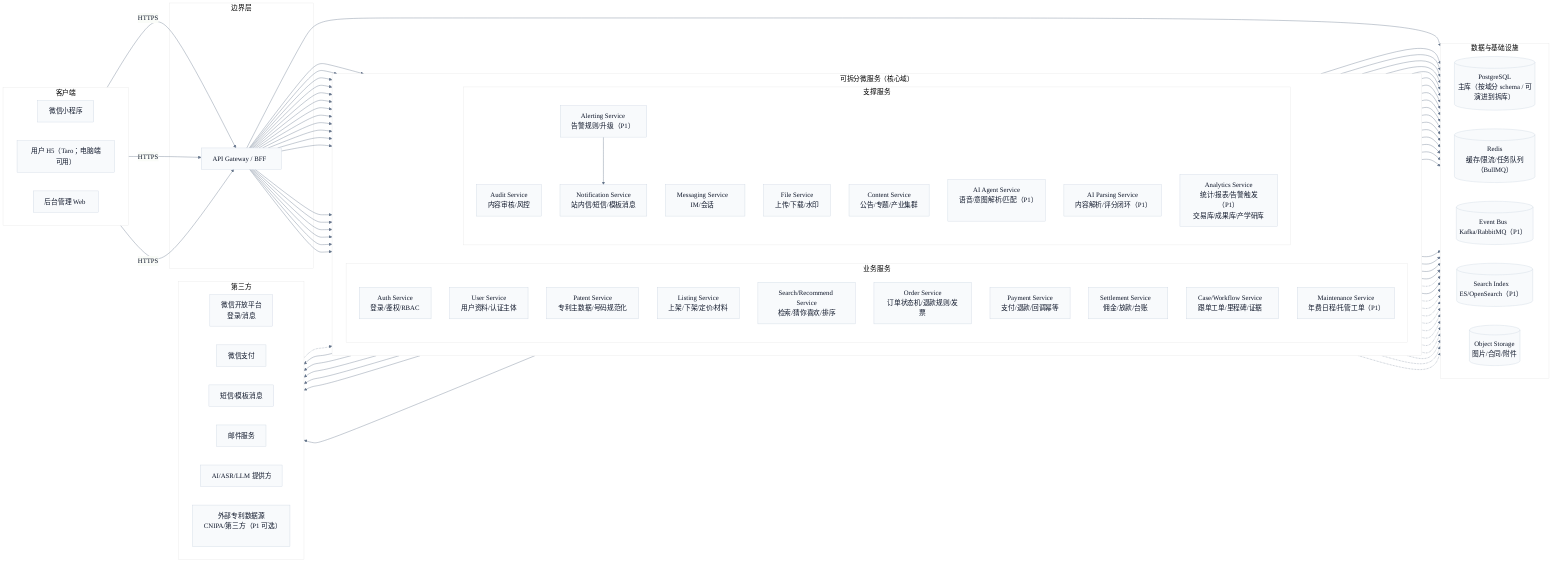
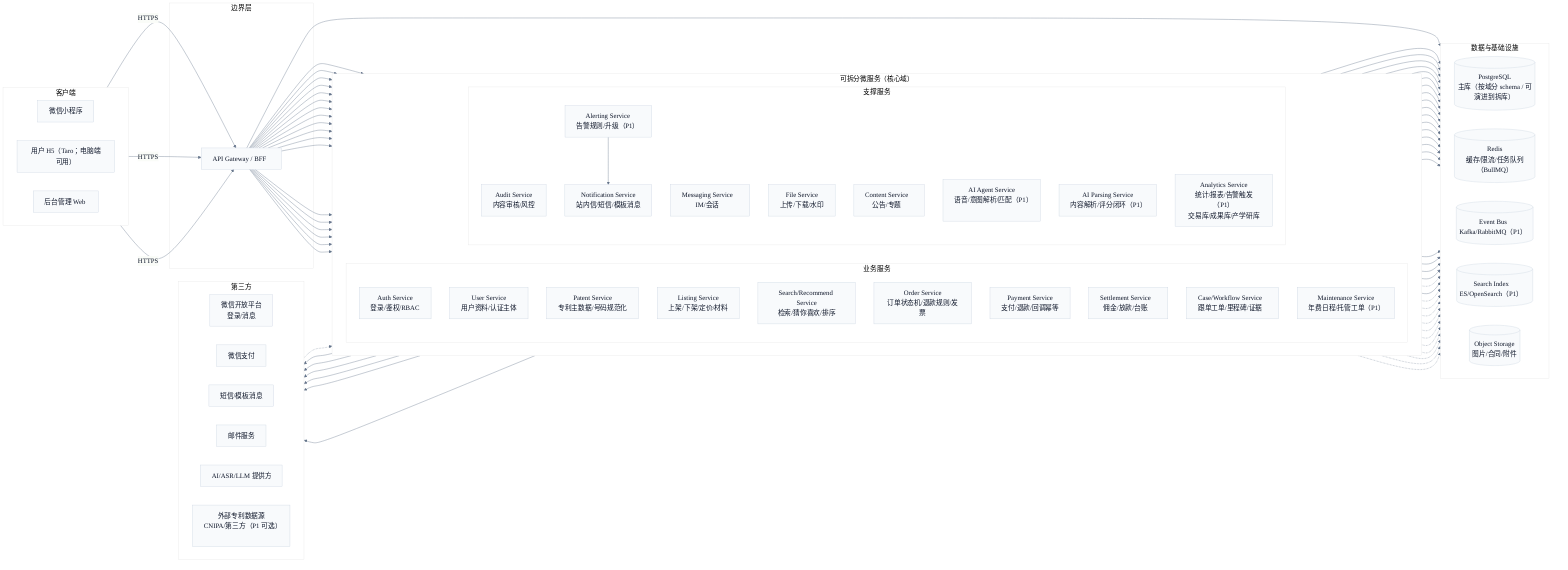
﻿%%{init: {'theme':'base','flowchart': {'htmlLabels': true},'themeVariables': {'fontFamily': 'Inter, Microsoft YaHei, sans-serif','fontSize': '18px','lineColor':'#64748B','primaryTextColor':'#0F172A','primaryBorderColor':'#CBD5E1','primaryColor':'#F8FAFC'}}}%%
flowchart LR
  subgraph Clients[客户端]
    direction LR
    MP[微信小程序]
    UserH5[用户 H5（Taro；电脑端可用）]
    AdminWeb[后台管理 Web]
  end

  subgraph Edge[边界层]
    Gateway[API Gateway / BFF]
  end

  subgraph Services[可拆分微服务（核心域）]
    direction LR

    subgraph Core[业务服务]
      direction TB
      Auth["Auth Service<br/>登录/鉴权/RBAC"]
      User["User Service<br/>用户资料/认证主体"]
      Patent["Patent Service<br/>专利主数据/号码规范化"]
      Listing["Listing Service<br/>上架/下架/定价/材料"]
      Search["Search/Recommend Service<br/>检索/猜你喜欢/排序"]
      Order["Order Service<br/>订单状态机/退款规则/发票"]
      Payment["Payment Service<br/>支付/退款/回调幂等"]
      Settlement["Settlement Service<br/>佣金/放款/台账"]
      Case["Case/Workflow Service<br/>跟单工单/里程碑/证据"]
      Maintenance["Maintenance Service<br/>年费日程/托管工单（P1）"]
    end

    subgraph Support[支撑服务]
      direction TB
      Audit["Audit Service<br/>内容审核/风控"]
      Msg["Messaging Service<br/>IM/会话"]
      File["File Service<br/>上传/下载/水印"]
-       Content["Content Service<br/>公告/专题/产业集群"]
+       Content["Content Service<br/>公告/专题"]
      Notif["Notification Service<br/>站内信/短信/模板消息"]
      AiAgent["AI Agent Service<br/>语音/意图解析/匹配（P1）"]
      AiParse["AI Parsing Service<br/>内容解析/评分闭环（P1）"]
      Alert["Alerting Service<br/>告警规则/升级（P1）"]
      Analytics["Analytics Service<br/>统计/报表/告警触发（P1）<br/>交易库/成果库/产学研库"]
    end
  end

  subgraph Data[数据与基础设施]
    direction LR
    PG[(PostgreSQL<br/>主库（按域分 schema / 可演进到拆库）)]
    Redis[(Redis<br/>缓存/限流/任务队列（BullMQ）)]
    MQ[(Event Bus<br/>Kafka/RabbitMQ（P1）)]
    ES[(Search Index<br/>ES/OpenSearch（P1）)]
    OSS[(Object Storage<br/>图片/合同/附件)]
  end

  subgraph External[第三方]
    direction LR
    WxLogin[微信开放平台<br/>登录/消息]
    WxPay[微信支付]
    SMS[短信/模板消息]
    Email[邮件服务]
    AiProvider[AI/ASR/LLM 提供方]
    PatentProvider[外部专利数据源<br/>CNIPA/第三方（P1 可选）]
  end

  MP -->|HTTPS| Gateway
  UserH5 -->|HTTPS| Gateway
  AdminWeb -->|HTTPS| Gateway

  Gateway --> Auth
  Gateway --> User
  Gateway --> Patent
  Gateway --> Listing
  Gateway --> Search
  Gateway --> Order
  Gateway --> Payment
  Gateway --> Settlement
  Gateway --> Case
  Gateway --> Maintenance
  Gateway --> Audit
  Gateway --> Msg
  Gateway --> File
  Gateway --> Content
  Gateway --> AiAgent
  Gateway --> AiParse
  Gateway --> Alert
  Gateway --> Analytics

  %% Data
  Gateway --> Redis
  Auth --> Redis
  Search --> Redis
  Order --> Redis
  AiAgent --> Redis

  Auth --> PG
  User --> PG
  Patent --> PG
  Listing --> PG
  Search --> PG
  Order --> PG
  Payment --> PG
  Settlement --> PG
  Case --> PG
  Maintenance --> PG
  Audit --> PG
  Msg --> PG
  Content --> PG
  AiAgent --> PG
  AiParse --> PG
  Alert --> PG
  Analytics --> PG

  %% P0：使用 PG FTS；P1：接入 ES/OpenSearch
  Search -.-> ES
  File --> OSS

  %% 事件驱动（典型：支付确认/退款完成/合同签署确认/变更完成/上架变更等）
  %% P0：用 BullMQ/Outbox 做可靠异步；P1：可升级 Event Bus
  Listing -.-> MQ
  Order -.-> MQ
  Payment -.-> MQ
  Settlement -.-> MQ
  Case -.-> MQ
  Audit -.-> MQ
  Search -.-> MQ
  Notif -.-> MQ
  Maintenance -.-> MQ
  Alert -.-> MQ
  Analytics -.-> MQ

  Auth --> WxLogin
  Payment --> WxPay
  Notif --> SMS
  Notif --> Email
  AiAgent --> AiProvider
  AiParse --> AiProvider
  Alert --> Notif

  %% P0：不接外部专利数据源；P1 可通过适配层/任务刷新接入
  PatentProvider -.-> Patent
- 
